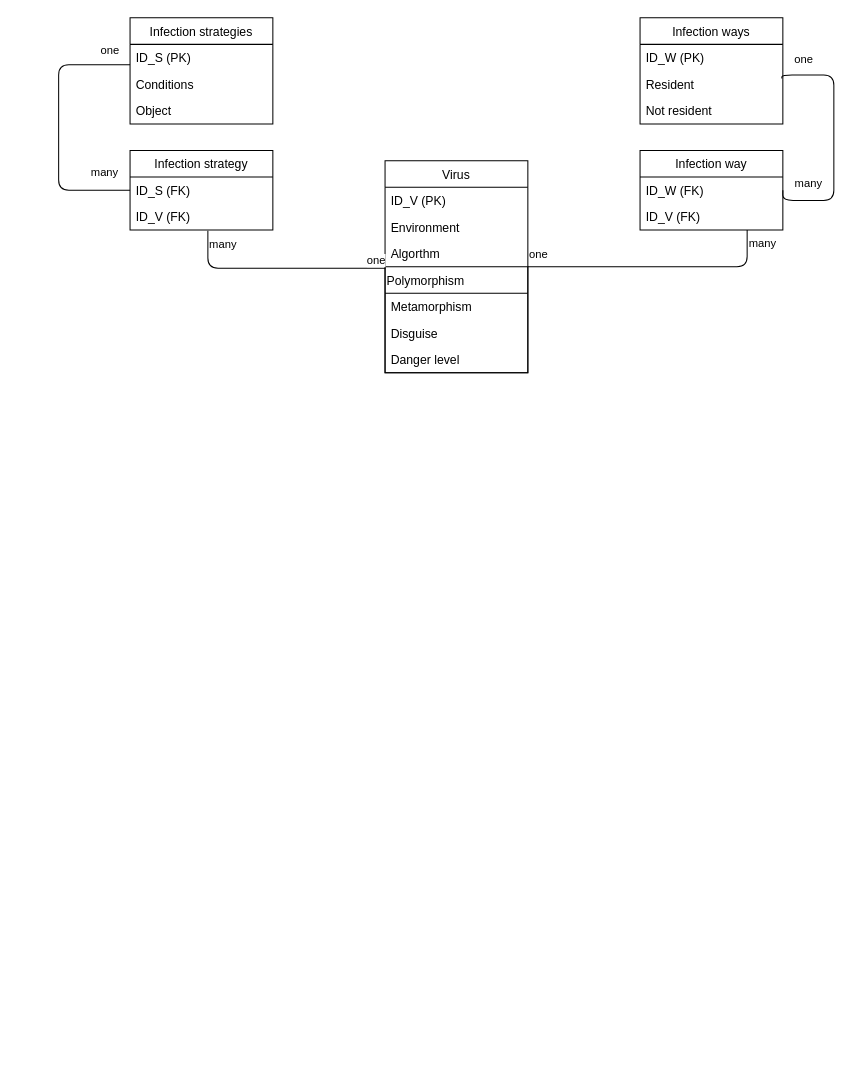
Above: VirusAttack.drawio in IcyAltair/Virus-attack-DB (draw.io), before the change. Source tidied: cells renumbered, new cells numbered last; positions are measured from the earlier drawing's top-left corner, leaving out a move shared by most shapes. Both pictures are drawn from the tidied source at 102%, with x=0, y=0 at pixel (58, 17).
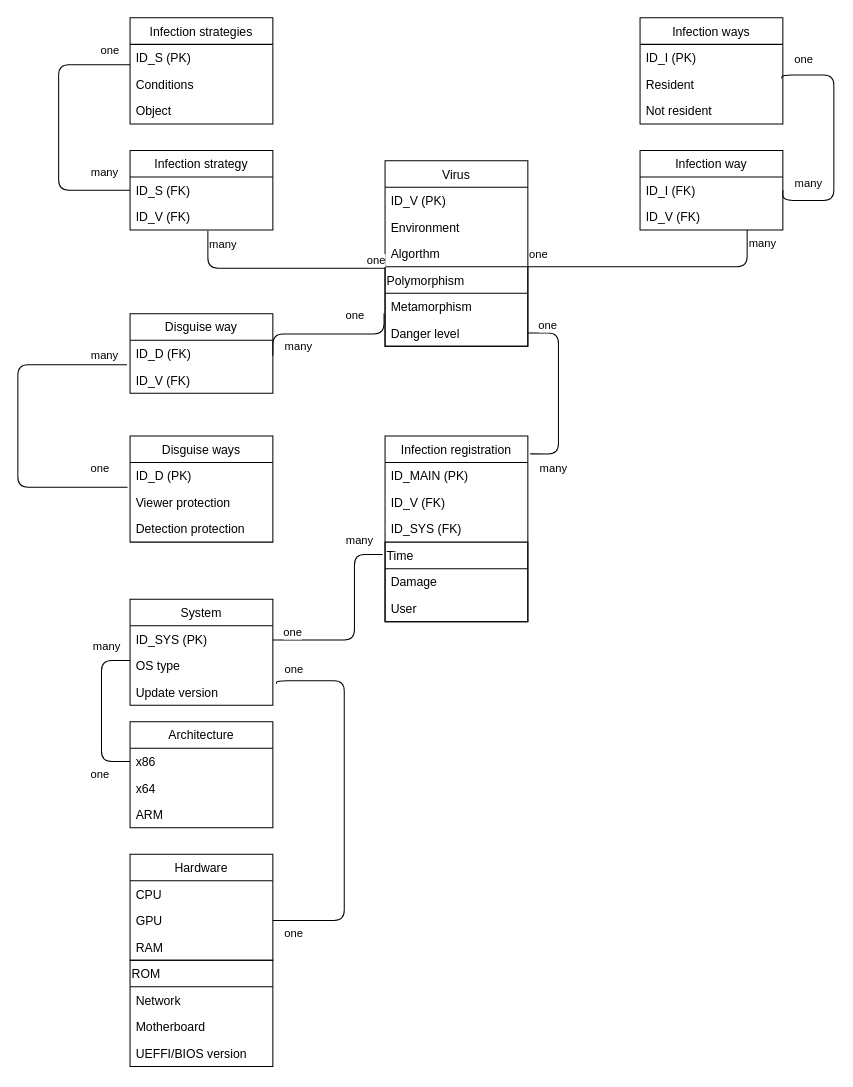
After the change.

The change refers to these unchanged cells:
```xml
<mxCell id="7" value="Metamorphism" style="text;strokeColor=none;fillColor=none;align=left;verticalAlign=top;spacingLeft=4;spacingRight=4;overflow=hidden;points=[[0,0.5],[1,0.5]];portConstraint=eastwest;" parent="6" vertex="1">
  <mxGeometry y="26" width="140" height="26" as="geometry" />
</mxCell>
<mxCell id="17" value="Infection ways" style="swimlane;fontStyle=0;horizontal=1;startSize=26;fillColor=none;" parent="1" vertex="1">
  <mxGeometry x="570" width="140" height="104" as="geometry" />
</mxCell>
<mxCell id="21" value="Infection way" style="swimlane;fontStyle=0;horizontal=1;startSize=26;fillColor=none;" parent="1" vertex="1">
  <mxGeometry x="570" y="130" width="140" height="78" as="geometry" />
</mxCell>
```

Change to the diagram source:
```diff
@@
     <mxCell id="2" value="Virus" style="swimlane;fontStyle=0;horizontal=1;startSize=26;fillColor=none;" parent="1" vertex="1">
-      <mxGeometry x="320" y="140" width="140" height="208" as="geometry" />
+      <mxGeometry x="320" y="140" width="140" height="182" as="geometry" />
     </mxCell>
@@
     <mxCell id="6" value="Polymorphism" style="swimlane;fontStyle=0;horizontal=1;startSize=26;fillColor=none;align=left;verticalAlign=top;spacingRight=4;" parent="2" vertex="1">
-      <mxGeometry y="104" width="140" height="104" as="geometry" />
+      <mxGeometry y="104" width="140" height="78" as="geometry" />
     </mxCell>
@@
-    <mxCell id="8" value="Disguise" style="text;strokeColor=none;fillColor=none;align=left;verticalAlign=top;spacingLeft=4;spacingRight=4;overflow=hidden;" parent="6" vertex="1">
-      <mxGeometry y="52" width="140" height="26" as="geometry" />
-    </mxCell>
     <mxCell id="9" value="Danger level" style="text;strokeColor=none;fillColor=none;align=left;verticalAlign=top;spacingLeft=4;spacingRight=4;overflow=hidden;points=[[0,0.5],[1,0.5]];portConstraint=eastwest;" parent="6" vertex="1">
-      <mxGeometry y="78" width="140" height="26" as="geometry" />
+      <mxGeometry y="52" width="140" height="26" as="geometry" />
     </mxCell>
@@
-    <mxCell id="18" value="ID_W (PK)" style="text;strokeColor=none;fillColor=none;align=left;verticalAlign=top;spacingLeft=4;spacingRight=4;overflow=hidden;" parent="17" vertex="1">
+    <mxCell id="18" value="ID_I (PK)" style="text;strokeColor=none;fillColor=none;align=left;verticalAlign=top;spacingLeft=4;spacingRight=4;overflow=hidden;" parent="17" vertex="1">
       <mxGeometry y="26" width="140" height="26" as="geometry" />
     </mxCell>
@@
-    <mxCell id="22" value="ID_W (FK)" style="text;strokeColor=none;fillColor=none;align=left;verticalAlign=top;spacingLeft=4;spacingRight=4;overflow=hidden;points=[[0,0.5],[1,0.5]];portConstraint=eastwest;" parent="21" vertex="1">
+    <mxCell id="22" value="ID_I (FK)" style="text;strokeColor=none;fillColor=none;align=left;verticalAlign=top;spacingLeft=4;spacingRight=4;overflow=hidden;points=[[0,0.5],[1,0.5]];portConstraint=eastwest;" parent="21" vertex="1">
       <mxGeometry y="26" width="140" height="26" as="geometry" />
     </mxCell>
@@
+    <mxCell id="36" value="Disguise way" style="swimlane;fontStyle=0;horizontal=1;startSize=26;fillColor=none;" parent="1" vertex="1">
+      <mxGeometry x="70" y="290" width="140" height="78" as="geometry" />
+    </mxCell>
+    <mxCell id="37" value="ID_D (FK)" style="text;strokeColor=none;fillColor=none;align=left;verticalAlign=top;spacingLeft=4;spacingRight=4;overflow=hidden;" parent="36" vertex="1">
+      <mxGeometry y="26" width="140" height="26" as="geometry" />
+    </mxCell>
+    <mxCell id="38" value="ID_V (FK)" style="text;strokeColor=none;fillColor=none;align=left;verticalAlign=top;spacingLeft=4;spacingRight=4;overflow=hidden;points=[[0,0.5],[1,0.5]];portConstraint=eastwest;" parent="36" vertex="1">
+      <mxGeometry y="52" width="140" height="26" as="geometry" />
+    </mxCell>
+    <mxCell id="39" value="Disguise ways" style="swimlane;fontStyle=0;horizontal=1;startSize=26;fillColor=none;" parent="1" vertex="1">
+      <mxGeometry x="70" y="410" width="140" height="104" as="geometry" />
+    </mxCell>
+    <mxCell id="40" value="ID_D (PK)" style="text;strokeColor=none;fillColor=none;align=left;verticalAlign=top;spacingLeft=4;spacingRight=4;overflow=hidden;" parent="39" vertex="1">
+      <mxGeometry y="26" width="140" height="26" as="geometry" />
+    </mxCell>
+    <mxCell id="41" value="Viewer protection" style="text;strokeColor=none;fillColor=none;align=left;verticalAlign=top;spacingLeft=4;spacingRight=4;overflow=hidden;points=[[0,0.5],[1,0.5]];portConstraint=eastwest;" parent="39" vertex="1">
+      <mxGeometry y="52" width="140" height="26" as="geometry" />
+    </mxCell>
+    <mxCell id="42" value="Detection protection" style="text;strokeColor=none;fillColor=none;align=left;verticalAlign=top;spacingLeft=4;spacingRight=4;overflow=hidden;" parent="39" vertex="1">
+      <mxGeometry y="78" width="140" height="26" as="geometry" />
+    </mxCell>
+    <mxCell id="43" style="endArrow=none;html=1;edgeStyle=orthogonalEdgeStyle;strokeColor=#000000;exitX=0.545;exitY=1.032;exitDx=0;exitDy=0;exitPerimeter=0;entryX=-0.007;entryY=0.75;entryDx=0;entryDy=0;entryPerimeter=0;" parent="1" edge="1" target="7">
+      <mxGeometry relative="1" as="geometry">
+        <mxPoint x="210" y="331.3" as="sourcePoint" />
+        <Array as="points">
+          <mxPoint x="210" y="310" />
+          <mxPoint x="319" y="310" />
+        </Array>
+      </mxGeometry>
+    </mxCell>
+    <mxCell id="44" value="many" style="edgeLabel;html=1;align=left;verticalAlign=bottom;" parent="43" vertex="1">
+      <mxGeometry x="-1" relative="1" as="geometry">
+        <mxPoint x="10" y="-1.3" as="offset" />
+      </mxGeometry>
+    </mxCell>
+    <mxCell id="45" value="one" style="edgeLabel;html=1;align=right;verticalAlign=bottom;" parent="43" vertex="1">
+      <mxGeometry x="1" relative="1" as="geometry">
+        <mxPoint x="-19" y="10.5" as="offset" />
+      </mxGeometry>
+    </mxCell>
+    <mxCell id="46" style="endArrow=none;html=1;edgeStyle=orthogonalEdgeStyle;strokeColor=#000000;exitX=-0.021;exitY=-0.071;exitDx=0;exitDy=0;exitPerimeter=0;entryX=-0.017;entryY=-0.071;entryDx=0;entryDy=0;entryPerimeter=0;" parent="1" edge="1" source="38" target="41">
+      <mxGeometry relative="1" as="geometry">
+        <Array as="points">
+          <mxPoint x="-40" y="340" />
+          <mxPoint x="-40" y="460" />
+        </Array>
+      </mxGeometry>
+    </mxCell>
+    <mxCell id="47" value="many" style="edgeLabel;html=1;align=left;verticalAlign=bottom;" parent="46" vertex="1">
+      <mxGeometry x="-1" relative="1" as="geometry">
+        <mxPoint x="-37.1" y="-1.3" as="offset" />
+      </mxGeometry>
+    </mxCell>
+    <mxCell id="48" value="one" style="edgeLabel;html=1;align=right;verticalAlign=bottom;" parent="46" vertex="1">
+      <mxGeometry x="1" relative="1" as="geometry">
+        <mxPoint x="-17.9" y="-10.2" as="offset" />
+      </mxGeometry>
+    </mxCell>
+    <mxCell id="49" value="Infection registration" style="swimlane;fontStyle=0;horizontal=1;startSize=26;fillColor=none;align=center;" parent="1" vertex="1">
+      <mxGeometry x="320" y="410" width="140" height="182" as="geometry" />
+    </mxCell>
+    <mxCell id="50" value="ID_MAIN (PK)" style="text;strokeColor=none;fillColor=none;align=left;verticalAlign=top;spacingLeft=4;spacingRight=4;overflow=hidden;" parent="49" vertex="1">
+      <mxGeometry y="26" width="140" height="26" as="geometry" />
+    </mxCell>
+    <mxCell id="51" value="ID_V (FK)" style="text;strokeColor=none;fillColor=none;align=left;verticalAlign=top;spacingLeft=4;spacingRight=4;overflow=hidden;" parent="49" vertex="1">
+      <mxGeometry y="52" width="140" height="26" as="geometry" />
+    </mxCell>
+    <mxCell id="52" value="ID_SYS (FK)" style="text;strokeColor=none;fillColor=none;align=left;verticalAlign=top;spacingLeft=4;spacingRight=4;overflow=hidden;" parent="49" vertex="1">
+      <mxGeometry y="78" width="140" height="26" as="geometry" />
+    </mxCell>
+    <mxCell id="53" value="Time" style="swimlane;fontStyle=0;horizontal=1;startSize=26;fillColor=none;align=left;" parent="49" vertex="1">
+      <mxGeometry y="104" width="140" height="78" as="geometry" />
+    </mxCell>
+    <mxCell id="54" value="Damage" style="text;strokeColor=none;fillColor=none;align=left;verticalAlign=top;spacingLeft=4;spacingRight=4;overflow=hidden;" parent="53" vertex="1">
+      <mxGeometry y="26" width="140" height="26" as="geometry" />
+    </mxCell>
+    <mxCell id="55" value="User" style="text;strokeColor=none;fillColor=none;align=left;verticalAlign=top;spacingLeft=4;spacingRight=4;overflow=hidden;" parent="53" vertex="1">
+      <mxGeometry y="52" width="140" height="26" as="geometry" />
+    </mxCell>
+    <mxCell id="56" style="endArrow=none;html=1;edgeStyle=orthogonalEdgeStyle;strokeColor=#000000;entryX=1;entryY=0.5;entryDx=0;entryDy=0;exitX=1.017;exitY=0.096;exitDx=0;exitDy=0;exitPerimeter=0;" parent="1" edge="1" source="49" target="9">
+      <mxGeometry relative="1" as="geometry">
+        <Array as="points">
+          <mxPoint x="490" y="428" />
+          <mxPoint x="490" y="309" />
+        </Array>
+      </mxGeometry>
+    </mxCell>
+    <mxCell id="57" value="many" style="edgeLabel;html=1;align=left;verticalAlign=bottom;" parent="56" vertex="1">
+      <mxGeometry x="-1" relative="1" as="geometry">
+        <mxPoint x="7.6" y="22.5" as="offset" />
+      </mxGeometry>
+    </mxCell>
+    <mxCell id="58" value="one" style="edgeLabel;html=1;align=right;verticalAlign=bottom;" parent="56" vertex="1">
+      <mxGeometry x="1" relative="1" as="geometry">
+        <mxPoint x="29" y="1" as="offset" />
+      </mxGeometry>
+    </mxCell>
+    <mxCell id="59" value="System" style="swimlane;fontStyle=0;horizontal=1;startSize=26;fillColor=none;align=center;" parent="1" vertex="1">
+      <mxGeometry x="70" y="570" width="140" height="104" as="geometry" />
+    </mxCell>
+    <mxCell id="60" value="ID_SYS (PK)" style="text;strokeColor=none;fillColor=none;align=left;verticalAlign=top;spacingLeft=4;spacingRight=4;overflow=hidden;" parent="59" vertex="1">
+      <mxGeometry y="26" width="140" height="26" as="geometry" />
+    </mxCell>
+    <mxCell id="61" value="OS type" style="text;strokeColor=none;fillColor=none;align=left;verticalAlign=top;spacingLeft=4;spacingRight=4;overflow=hidden;" parent="59" vertex="1">
+      <mxGeometry y="52" width="140" height="26" as="geometry" />
+    </mxCell>
+    <mxCell id="62" value="Update version" style="text;strokeColor=none;fillColor=none;align=left;verticalAlign=top;spacingLeft=4;spacingRight=4;overflow=hidden;points=[[0,0.5],[1,0.5]];portConstraint=eastwest;" parent="59" vertex="1">
+      <mxGeometry y="78" width="140" height="26" as="geometry" />
+    </mxCell>
+    <mxCell id="63" style="endArrow=none;html=1;edgeStyle=orthogonalEdgeStyle;strokeColor=#000000;entryX=1;entryY=0.5;entryDx=0;entryDy=0;exitX=-0.017;exitY=0.156;exitDx=0;exitDy=0;exitPerimeter=0;" parent="1" edge="1" source="53">
+      <mxGeometry relative="1" as="geometry">
+        <mxPoint x="210" y="610" as="targetPoint" />
+        <Array as="points">
+          <mxPoint x="290" y="526" />
+          <mxPoint x="290" y="610" />
+        </Array>
+      </mxGeometry>
+    </mxCell>
+    <mxCell id="64" value="many" style="edgeLabel;html=1;align=left;verticalAlign=bottom;" parent="63" vertex="1">
+      <mxGeometry x="-1" relative="1" as="geometry">
+        <mxPoint x="-37.6" y="-6.2" as="offset" />
+      </mxGeometry>
+    </mxCell>
+    <mxCell id="65" value="one" style="edgeLabel;html=1;align=right;verticalAlign=bottom;" parent="63" vertex="1">
+      <mxGeometry x="1" relative="1" as="geometry">
+        <mxPoint x="29" y="1" as="offset" />
+      </mxGeometry>
+    </mxCell>
+    <mxCell id="66" value="Architecture" style="swimlane;fontStyle=0;horizontal=1;startSize=26;fillColor=none;align=center;" parent="1" vertex="1">
+      <mxGeometry x="70" y="690" width="140" height="104" as="geometry" />
+    </mxCell>
+    <mxCell id="67" value="x86" style="text;strokeColor=none;fillColor=none;align=left;verticalAlign=top;spacingLeft=4;spacingRight=4;overflow=hidden;points=[[0,0.5],[1,0.5]];portConstraint=eastwest;" parent="66" vertex="1">
+      <mxGeometry y="26" width="140" height="26" as="geometry" />
+    </mxCell>
+    <mxCell id="68" value="x64" style="text;strokeColor=none;fillColor=none;align=left;verticalAlign=top;spacingLeft=4;spacingRight=4;overflow=hidden;" parent="66" vertex="1">
+      <mxGeometry y="52" width="140" height="26" as="geometry" />
+    </mxCell>
+    <mxCell id="69" value="ARM" style="text;strokeColor=none;fillColor=none;align=left;verticalAlign=top;spacingLeft=4;spacingRight=4;overflow=hidden;" parent="66" vertex="1">
+      <mxGeometry y="78" width="140" height="26" as="geometry" />
+    </mxCell>
+    <mxCell id="70" value="Hardware" style="swimlane;fontStyle=0;horizontal=1;startSize=26;fillColor=none;align=center;" parent="1" vertex="1">
+      <mxGeometry x="70" y="820" width="140" height="104" as="geometry" />
+    </mxCell>
+    <mxCell id="71" value="CPU" style="text;strokeColor=none;fillColor=none;align=left;verticalAlign=top;spacingLeft=4;spacingRight=4;overflow=hidden;" parent="70" vertex="1">
+      <mxGeometry y="26" width="140" height="26" as="geometry" />
+    </mxCell>
+    <mxCell id="72" value="GPU" style="text;strokeColor=none;fillColor=none;align=left;verticalAlign=top;spacingLeft=4;spacingRight=4;overflow=hidden;points=[[0,0.5],[1,0.5]];portConstraint=eastwest;" parent="70" vertex="1">
+      <mxGeometry y="52" width="140" height="26" as="geometry" />
+    </mxCell>
+    <mxCell id="73" value="RAM" style="text;strokeColor=none;fillColor=none;align=left;verticalAlign=top;spacingLeft=4;spacingRight=4;overflow=hidden;" parent="70" vertex="1">
+      <mxGeometry y="78" width="140" height="26" as="geometry" />
+    </mxCell>
+    <mxCell id="74" style="endArrow=none;html=1;edgeStyle=orthogonalEdgeStyle;strokeColor=#000000;entryX=0;entryY=0.5;entryDx=0;entryDy=0;exitX=-0.017;exitY=0.156;exitDx=0;exitDy=0;exitPerimeter=0;" parent="1" edge="1" target="67">
+      <mxGeometry relative="1" as="geometry">
+        <mxPoint x="70" y="630" as="sourcePoint" />
+        <Array as="points">
+          <mxPoint x="42" y="630" />
+          <mxPoint x="42" y="729" />
+        </Array>
+      </mxGeometry>
+    </mxCell>
+    <mxCell id="75" value="many" style="edgeLabel;html=1;align=left;verticalAlign=bottom;" parent="74" vertex="1">
+      <mxGeometry x="-1" relative="1" as="geometry">
+        <mxPoint x="-37.6" y="-6.2" as="offset" />
+      </mxGeometry>
+    </mxCell>
+    <mxCell id="76" value="one" style="edgeLabel;html=1;align=right;verticalAlign=bottom;" parent="74" vertex="1">
+      <mxGeometry x="1" relative="1" as="geometry">
+        <mxPoint x="-20" y="21" as="offset" />
+      </mxGeometry>
+    </mxCell>
+    <mxCell id="77" value="ROM" style="swimlane;fontStyle=0;horizontal=1;startSize=26;fillColor=none;align=left;" parent="1" vertex="1">
+      <mxGeometry x="70" y="924" width="140" height="104" as="geometry" />
+    </mxCell>
+    <mxCell id="78" value="Network" style="text;strokeColor=none;fillColor=none;align=left;verticalAlign=top;spacingLeft=4;spacingRight=4;overflow=hidden;" parent="77" vertex="1">
+      <mxGeometry y="26" width="140" height="26" as="geometry" />
+    </mxCell>
+    <mxCell id="79" value="Motherboard" style="text;strokeColor=none;fillColor=none;align=left;verticalAlign=top;spacingLeft=4;spacingRight=4;overflow=hidden;" parent="77" vertex="1">
+      <mxGeometry y="52" width="140" height="26" as="geometry" />
+    </mxCell>
+    <mxCell id="80" value="UEFFI/BIOS version" style="text;strokeColor=none;fillColor=none;align=left;verticalAlign=top;spacingLeft=4;spacingRight=4;overflow=hidden;" parent="77" vertex="1">
+      <mxGeometry y="78" width="140" height="26" as="geometry" />
+    </mxCell>
+    <mxCell id="81" style="endArrow=none;html=1;edgeStyle=orthogonalEdgeStyle;strokeColor=#000000;entryX=1;entryY=0.5;entryDx=0;entryDy=0;exitX=1.026;exitY=0.186;exitDx=0;exitDy=0;exitPerimeter=0;" parent="1" edge="1" source="62" target="72">
+      <mxGeometry relative="1" as="geometry">
+        <Array as="points">
+          <mxPoint x="214" y="650" />
+          <mxPoint x="280" y="650" />
+          <mxPoint x="280" y="885" />
+        </Array>
+      </mxGeometry>
+    </mxCell>
+    <mxCell id="82" value="one" style="edgeLabel;html=1;align=left;verticalAlign=bottom;" parent="81" vertex="1">
+      <mxGeometry x="-1" relative="1" as="geometry">
+        <mxPoint x="6.4" y="-6.2" as="offset" />
+      </mxGeometry>
+    </mxCell>
+    <mxCell id="83" value="one" style="edgeLabel;html=1;align=right;verticalAlign=bottom;" parent="81" vertex="1">
+      <mxGeometry x="1" relative="1" as="geometry">
+        <mxPoint x="29.9" y="21" as="offset" />
+      </mxGeometry>
+    </mxCell>
```
